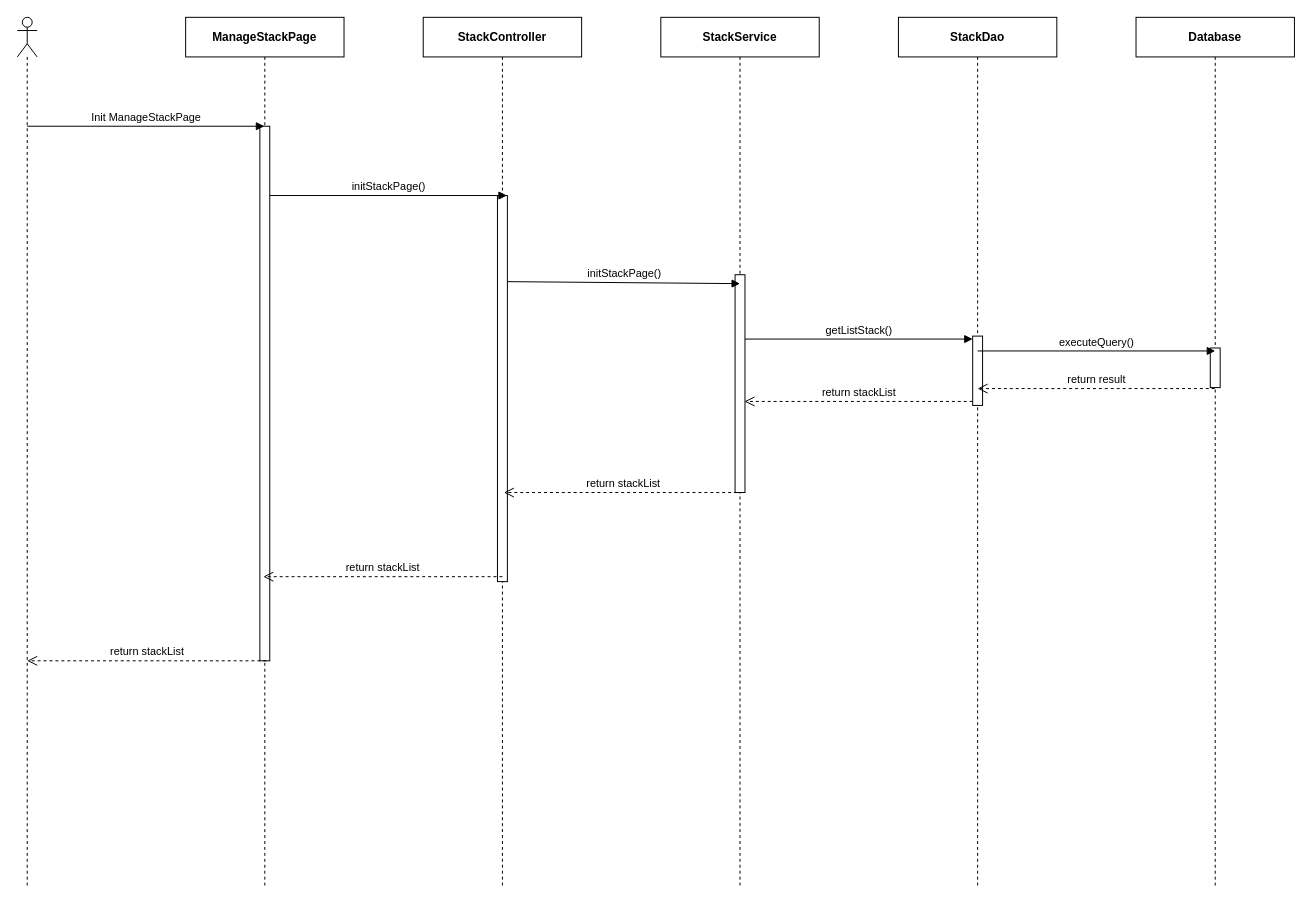
The draw.io diagram page "Ev01" (1 of 2) of 0. Create/Sequece/sc03/SC0300_StackManage.drawio in luannmdev/CapstoneDocument, before the edit. Source tidied: cells renumbered, new cells numbered last; positions are measured from the earlier drawing's top-left corner, leaving out a move shared by most shapes. Both pictures are drawn from the tidied source at 99%, with x=0, y=0 at pixel (17, 17).
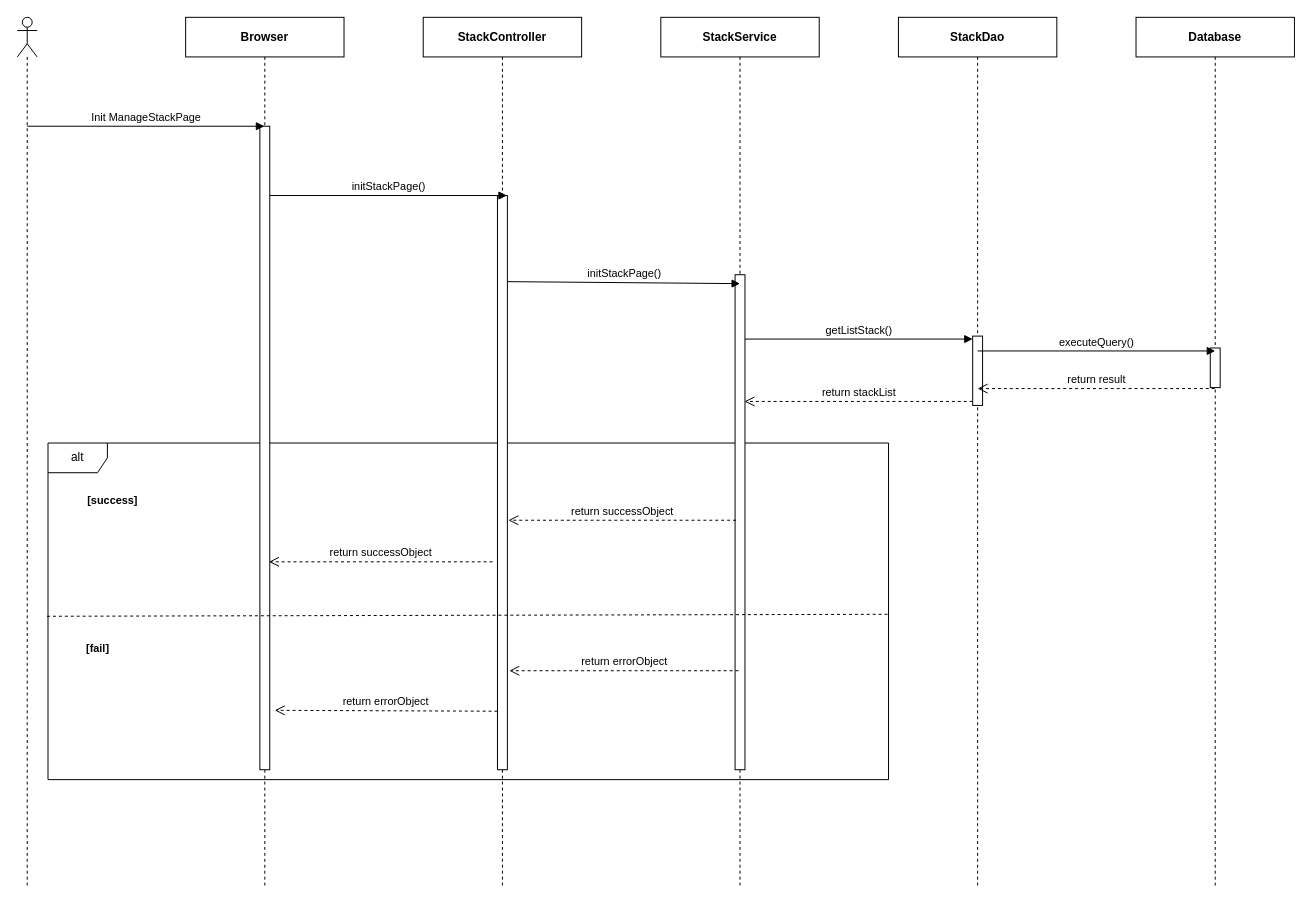
The same diagram, later.

The change refers to these unchanged cells:
```xml
<mxCell id="9" value="&lt;b&gt;Stack&lt;/b&gt;&lt;b&gt;Service&lt;/b&gt;" style="shape=umlLifeline;perimeter=lifelinePerimeter;whiteSpace=wrap;html=1;" parent="1" vertex="1">
  <mxGeometry x="650" width="160" height="880" as="geometry" />
</mxCell>
<mxCell id="11" value="&lt;b&gt;StackController&lt;/b&gt;" style="shape=umlLifeline;perimeter=lifelinePerimeter;whiteSpace=wrap;html=1;" parent="1" vertex="1">
  <mxGeometry x="410" width="160" height="880" as="geometry" />
</mxCell>
```

The edit, as a diff of the source:
```diff
@@
+    <mxCell id="23" value="alt" style="shape=umlFrame;whiteSpace=wrap;html=1;" parent="1" vertex="1">
+      <mxGeometry x="31" y="430" width="849" height="340" as="geometry" />
+    </mxCell>
@@
-    <mxCell id="3" value="&lt;b&gt;ManageStackPage&lt;/b&gt;" style="shape=umlLifeline;perimeter=lifelinePerimeter;whiteSpace=wrap;html=1;outlineConnect=0;" parent="1" vertex="1">
+    <mxCell id="3" value="&lt;b&gt;Browser&lt;/b&gt;" style="shape=umlLifeline;perimeter=lifelinePerimeter;whiteSpace=wrap;html=1;outlineConnect=0;" parent="1" vertex="1">
       <mxGeometry x="170" width="160" height="880" as="geometry" />
     </mxCell>
     <mxCell id="4" style="html=1;perimeter=orthogonalPerimeter;" parent="3" vertex="1">
-      <mxGeometry x="75" y="110" width="10" height="540" as="geometry" />
+      <mxGeometry x="75" y="110" width="10" height="650" as="geometry" />
     </mxCell>
@@
     <mxCell id="10" style="html=1;perimeter=orthogonalPerimeter;" parent="9" vertex="1">
-      <mxGeometry x="75" y="260" width="10" height="220" as="geometry" />
+      <mxGeometry x="75" y="260" width="10" height="500" as="geometry" />
     </mxCell>
@@
     <mxCell id="12" style="html=1;perimeter=orthogonalPerimeter;" parent="11" vertex="1">
-      <mxGeometry x="75" y="180" width="10" height="390" as="geometry" />
+      <mxGeometry x="75" y="180" width="10" height="580" as="geometry" />
     </mxCell>
@@
-    <mxCell id="16" value="return stackList" style="html=1;verticalAlign=bottom;endArrow=open;dashed=1;endSize=8;" parent="1" edge="1">
-      <mxGeometry relative="1" as="geometry">
-        <mxPoint x="733" y="480" as="sourcePoint" />
-        <mxPoint x="491.5" y="480" as="targetPoint" />
-      </mxGeometry>
-    </mxCell>
@@
-    <mxCell id="21" value="return stackList" style="html=1;verticalAlign=bottom;endArrow=open;dashed=1;endSize=8;" parent="1" edge="1">
-      <mxGeometry relative="1" as="geometry">
-        <mxPoint x="490" y="565" as="sourcePoint" />
-        <mxPoint x="248.5" y="565" as="targetPoint" />
-      </mxGeometry>
-    </mxCell>
-    <mxCell id="22" value="return stackList" style="html=1;verticalAlign=bottom;endArrow=open;dashed=1;endSize=8;" parent="1" edge="1">
-      <mxGeometry relative="1" as="geometry">
-        <mxPoint x="251.5" y="650" as="sourcePoint" />
-        <mxPoint x="10" y="650" as="targetPoint" />
-      </mxGeometry>
-    </mxCell>
+    <mxCell id="24" value="return successObject" style="html=1;verticalAlign=bottom;endArrow=open;dashed=1;endSize=8;" parent="1" edge="1">
+      <mxGeometry relative="1" as="geometry">
+        <mxPoint x="726" y="508" as="sourcePoint" />
+        <mxPoint x="496" y="508" as="targetPoint" />
+      </mxGeometry>
+    </mxCell>
+    <mxCell id="25" value="return successObject" style="html=1;verticalAlign=bottom;endArrow=open;dashed=1;endSize=8;" parent="1" edge="1">
+      <mxGeometry relative="1" as="geometry">
+        <mxPoint x="480" y="550" as="sourcePoint" />
+        <mxPoint x="254.2" y="550" as="targetPoint" />
+      </mxGeometry>
+    </mxCell>
+    <mxCell id="26" style="endArrow=none;dashed=1;html=1;exitX=-0.001;exitY=0.303;exitDx=0;exitDy=0;exitPerimeter=0;" parent="1" edge="1">
+      <mxGeometry relative="1" as="geometry">
+        <mxPoint x="30" y="605" as="sourcePoint" />
+        <mxPoint x="880" y="603" as="targetPoint" />
+      </mxGeometry>
+    </mxCell>
+    <mxCell id="27" value="&lt;span style=&quot;font-size: 11px ; background-color: rgb(255 , 255 , 255)&quot;&gt;&lt;b&gt;[success]&lt;/b&gt;&lt;/span&gt;" style="text;html=1;align=center;verticalAlign=middle;" parent="1" vertex="1">
+      <mxGeometry x="61" y="478" width="70" height="20" as="geometry" />
+    </mxCell>
+    <mxCell id="28" value="&lt;span style=&quot;font-size: 11px ; background-color: rgb(255 , 255 , 255)&quot;&gt;&lt;b&gt;[fail]&lt;/b&gt;&lt;/span&gt;" style="text;html=1;align=center;verticalAlign=middle;" parent="1" vertex="1">
+      <mxGeometry x="61" y="628" width="40" height="20" as="geometry" />
+    </mxCell>
+    <mxCell id="29" value="return errorObject" style="html=1;verticalAlign=bottom;endArrow=open;dashed=1;endSize=8;" parent="1" edge="1">
+      <mxGeometry relative="1" as="geometry">
+        <mxPoint x="728.5" y="660" as="sourcePoint" />
+        <mxPoint x="497" y="660" as="targetPoint" />
+      </mxGeometry>
+    </mxCell>
+    <mxCell id="30" value="return errorObject" style="html=1;verticalAlign=bottom;endArrow=open;dashed=1;endSize=8;exitX=0;exitY=0.93;exitDx=0;exitDy=0;exitPerimeter=0;" parent="1" edge="1">
+      <mxGeometry relative="1" as="geometry">
+        <mxPoint x="485" y="700.9" as="sourcePoint" />
+        <mxPoint x="260" y="700" as="targetPoint" />
+      </mxGeometry>
+    </mxCell>
```
